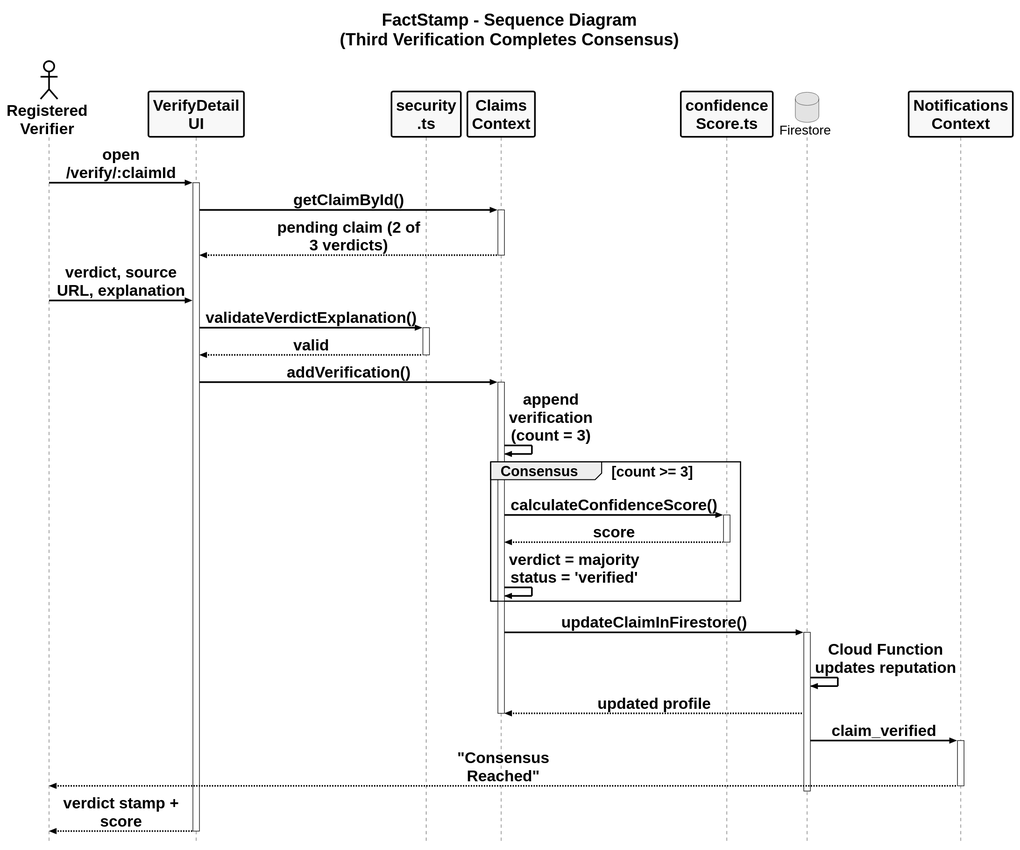
Earlier version of the PlantUML export FactStamp/main_blackbook/03_Requirements_and_Analysis/attachments/sequence_diagram.svg (aadish0day/typst). The source it was exported from:
```plantuml
@startuml
skinparam style strictuml
skinparam monochrome true
skinparam defaultFontName "Liberation Sans"
skinparam defaultFontSize 20
skinparam defaultFontStyle bold
skinparam titleFontSize 26
skinparam titleFontStyle bold

skinparam backgroundColor white
skinparam ArrowColor black
skinparam ArrowThickness 2.5
skinparam ArrowFontSize 17
skinparam ArrowFontStyle bold

skinparam UsecaseBorderColor black
skinparam UsecaseBorderThickness 2.5
skinparam UsecaseBackgroundColor #F8F9FA
skinparam UsecaseFontSize 19
skinparam UsecaseFontStyle bold

skinparam ActorBorderColor black
skinparam ActorBorderThickness 2.5
skinparam ActorBackgroundColor #FFFFFF
skinparam ActorFontSize 24
skinparam ActorFontStyle bold

skinparam RectangleBorderColor black
skinparam RectangleBorderThickness 2.5
skinparam RectangleBackgroundColor transparent
skinparam RectangleFontSize 20
skinparam RectangleFontStyle bold

title FactStamp - Sequence Diagram\n(Third Verification Completes Consensus)

skinparam ParticipantBorderColor black
skinparam ParticipantBorderThickness 2.5
skinparam ParticipantBackgroundColor #F8F9FA
skinparam ParticipantFontSize 24
skinparam ParticipantFontStyle bold
skinparam SequenceLifeLineBorderColor black
skinparam SequenceLifeLineBorderThickness 2.0
skinparam SequenceMessageAlignment center
skinparam ArrowFontSize 24
skinparam NoteFontSize 17
skinparam NoteFontStyle bold
skinparam maxMessageSize 220
skinparam SequenceGroupHeaderFontSize 22
skinparam SequenceGroupFontSize 22
hide footbox

actor "Registered\nVerifier" as V
participant "VerifyDetail\nUI" as UI
participant "security\n.ts" as SEC
participant "Claims\nContext" as CTX
participant "confidence\nScore.ts" as CONF
database "Firestore" as FS
participant "Notifications\nContext" as NOTIF

V -> UI : open /verify/:claimId
activate UI
UI -> CTX : getClaimById()
activate CTX
CTX --> UI : pending claim (2 of 3 verdicts)
deactivate CTX

V -> UI : verdict, source URL, explanation
UI -> SEC : validateVerdictExplanation()
activate SEC
SEC --> UI : valid
deactivate SEC

UI -> CTX : addVerification()
activate CTX
CTX -> CTX : append verification\n(count = 3)

group Consensus [count >= 3]
  CTX -> CONF : calculateConfidenceScore()
  activate CONF
  CONF --> CTX : score
  deactivate CONF
  CTX -> CTX : verdict = majority\nstatus = 'verified'
end

CTX -> FS : updateClaimInFirestore()
activate FS
FS -> FS : Cloud Function\nupdates reputation
FS --> CTX : updated profile
deactivate CTX

FS -> NOTIF : claim_verified
activate NOTIF
NOTIF --> V : "Consensus Reached"
deactivate NOTIF
deactivate FS

UI --> V : verdict stamp + score
deactivate UI
@enduml
```
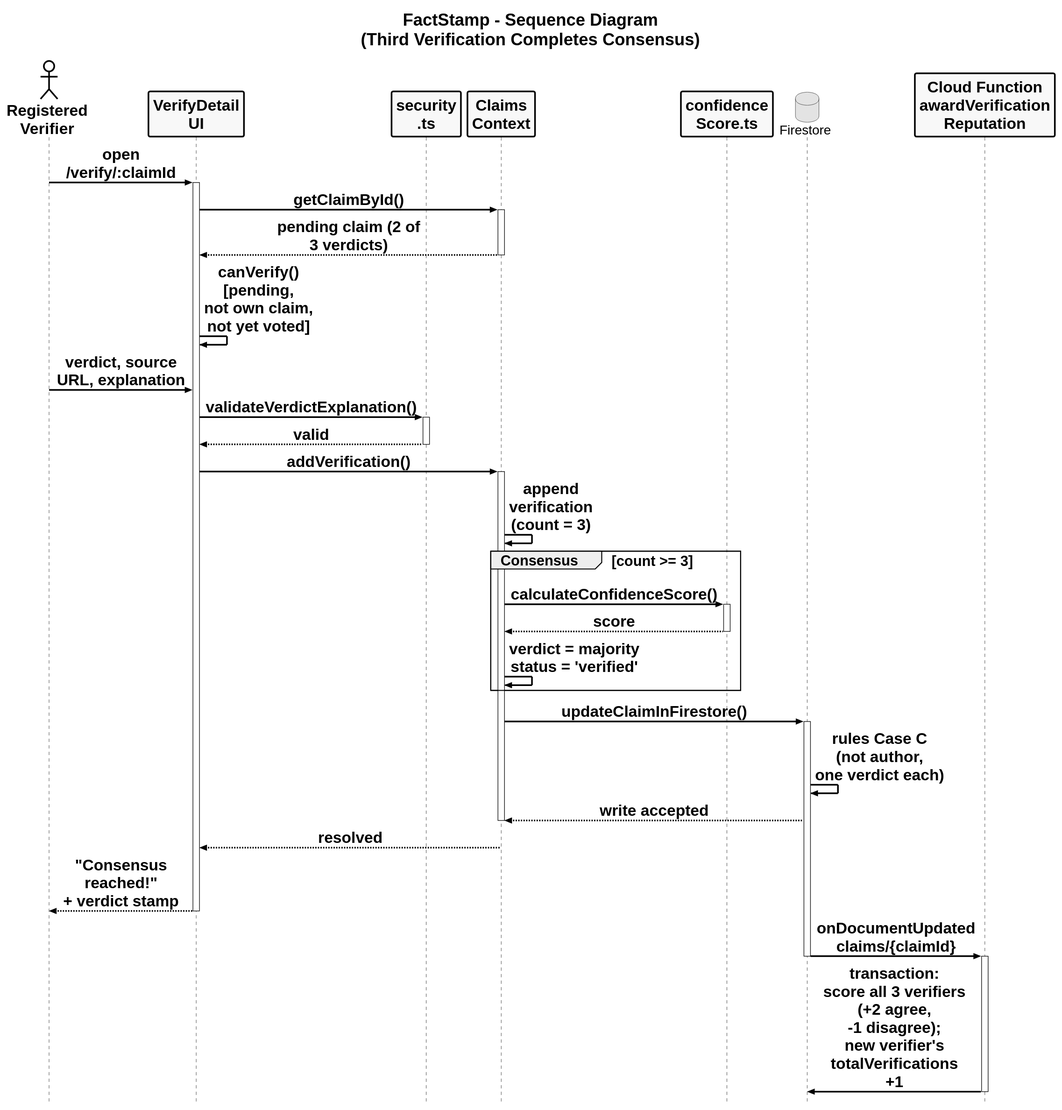
The same diagram one commit later.

What changed in the source:
```diff
@@ -55,7 +55,7 @@
 participant "Claims\nContext" as CTX
 participant "confidence\nScore.ts" as CONF
 database "Firestore" as FS
-participant "Notifications\nContext" as NOTIF
+participant "Cloud Function\nawardVerification\nReputation" as CF
 
 V -> UI : open /verify/:claimId
 activate UI
@@ -63,6 +63,7 @@
 activate CTX
 CTX --> UI : pending claim (2 of 3 verdicts)
 deactivate CTX
+UI -> UI : canVerify()\n[pending,\nnot own claim,\nnot yet voted]
 
 V -> UI : verdict, source URL, explanation
 UI -> SEC : validateVerdictExplanation()
@@ -84,16 +85,16 @@
 
 CTX -> FS : updateClaimInFirestore()
 activate FS
-FS -> FS : Cloud Function\nupdates reputation
-FS --> CTX : updated profile
+FS -> FS : rules Case C\n(not author,\none verdict each)
+FS --> CTX : write accepted
 deactivate CTX
+CTX --> UI : resolved
+UI --> V : "Consensus reached!"\n+ verdict stamp
+deactivate UI
 
-FS -> NOTIF : claim_verified
-activate NOTIF
-NOTIF --> V : "Consensus Reached"
-deactivate NOTIF
+FS -> CF : onDocumentUpdated\nclaims/{claimId}
 deactivate FS
-
-UI --> V : verdict stamp + score
-deactivate UI
+activate CF
+CF -> FS : transaction:\nscore all 3 verifiers\n(+2 agree,\n-1 disagree);\nnew verifier's\ntotalVerifications +1
+deactivate CF
 @enduml
```
